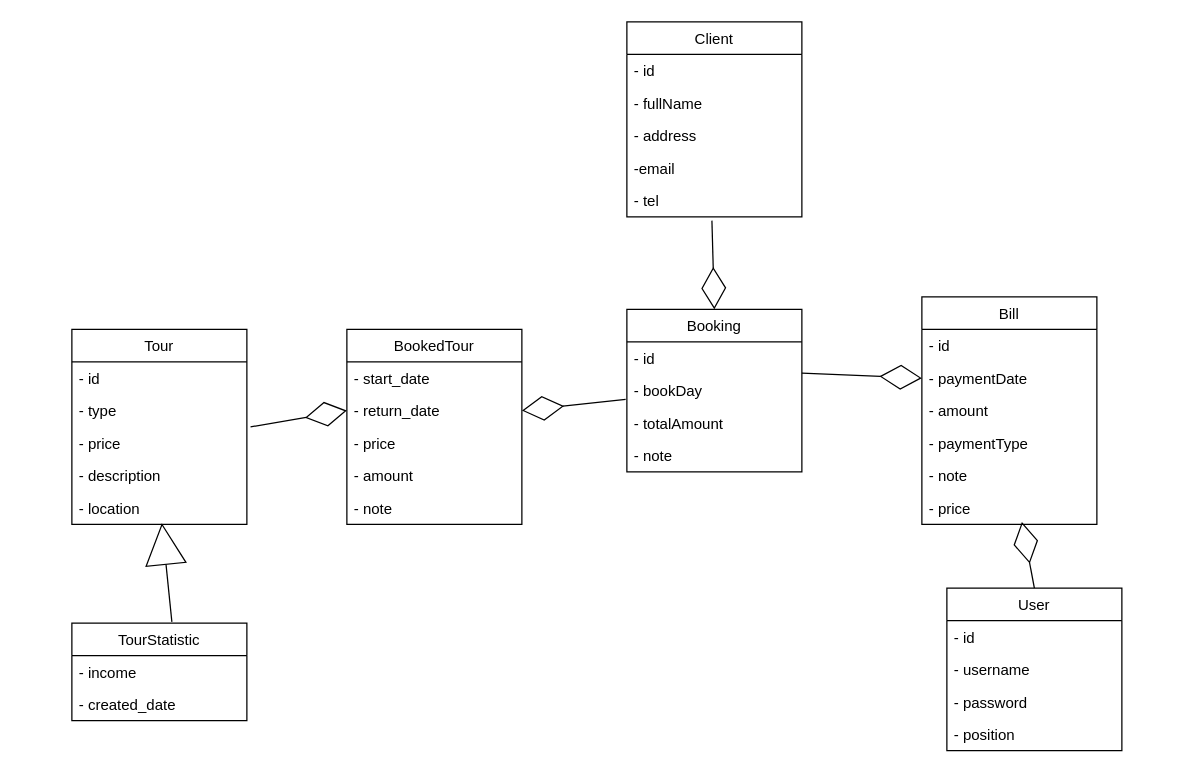
Earlier version of the draw.io diagram classDiagram.drawio (thanhlongtld/classical_software_engineering). Source tidied: cells renumbered, new cells numbered last; positions are measured from the earlier drawing's top-left corner, leaving out a move shared by most shapes. Both pictures are drawn from the tidied source at 125%, with x=0, y=0 at pixel (71, 21).
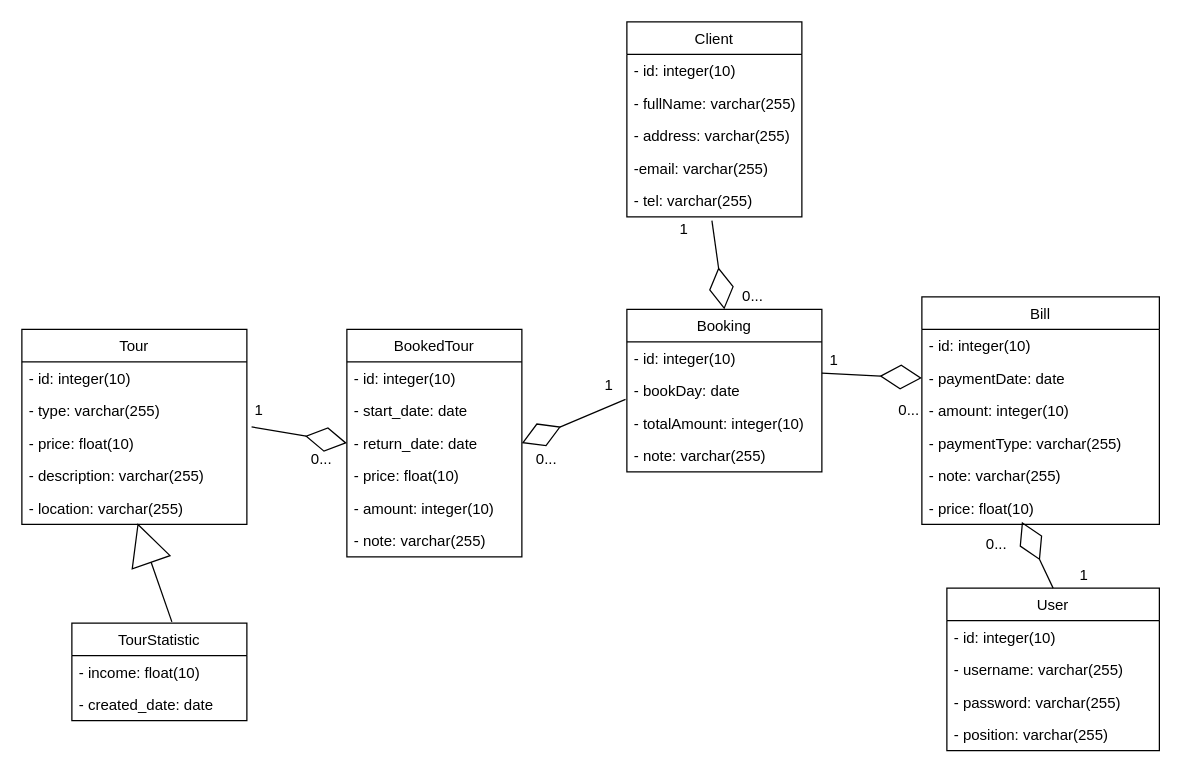
The same page after the edit.

The change refers to these unchanged cells:
```xml
<mxCell id="2" value="Client" style="swimlane;fontStyle=0;horizontal=1;startSize=26;fillColor=none;" parent="1" vertex="1">
  <mxGeometry x="444" width="140" height="156" as="geometry" />
</mxCell>
<mxCell id="26" value="TourStatistic" style="swimlane;fontStyle=0;horizontal=1;startSize=26;fillColor=none;" parent="1" vertex="1">
  <mxGeometry y="481" width="140" height="78" as="geometry" />
</mxCell>
```

The edit, as a diff of the source:
```diff
@@
-    <mxCell id="3" value="- id" style="text;strokeColor=none;fillColor=none;align=left;verticalAlign=top;spacingLeft=4;spacingRight=4;overflow=hidden;" parent="2" vertex="1">
+    <mxCell id="3" value="- id: integer(10)" style="text;strokeColor=none;fillColor=none;align=left;verticalAlign=top;spacingLeft=4;spacingRight=4;overflow=hidden;" parent="2" vertex="1">
       <mxGeometry y="26" width="140" height="26" as="geometry" />
     </mxCell>
-    <mxCell id="4" value="- fullName" style="text;strokeColor=none;fillColor=none;align=left;verticalAlign=top;spacingLeft=4;spacingRight=4;overflow=hidden;" parent="2" vertex="1">
+    <mxCell id="4" value="- fullName: varchar(255)" style="text;strokeColor=none;fillColor=none;align=left;verticalAlign=top;spacingLeft=4;spacingRight=4;overflow=hidden;" parent="2" vertex="1">
       <mxGeometry y="52" width="140" height="26" as="geometry" />
     </mxCell>
-    <mxCell id="5" value="- address" style="text;strokeColor=none;fillColor=none;align=left;verticalAlign=top;spacingLeft=4;spacingRight=4;overflow=hidden;" parent="2" vertex="1">
+    <mxCell id="5" value="- address: varchar(255)" style="text;strokeColor=none;fillColor=none;align=left;verticalAlign=top;spacingLeft=4;spacingRight=4;overflow=hidden;" parent="2" vertex="1">
       <mxGeometry y="78" width="140" height="26" as="geometry" />
     </mxCell>
-    <mxCell id="6" value="-email" style="text;strokeColor=none;fillColor=none;align=left;verticalAlign=top;spacingLeft=4;spacingRight=4;overflow=hidden;" parent="2" vertex="1">
+    <mxCell id="6" value="-email: varchar(255)" style="text;strokeColor=none;fillColor=none;align=left;verticalAlign=top;spacingLeft=4;spacingRight=4;overflow=hidden;" parent="2" vertex="1">
       <mxGeometry y="104" width="140" height="26" as="geometry" />
     </mxCell>
-    <mxCell id="7" value="- tel" style="text;strokeColor=none;fillColor=none;align=left;verticalAlign=top;spacingLeft=4;spacingRight=4;overflow=hidden;points=[[0,0.5],[1,0.5]];portConstraint=eastwest;" parent="2" vertex="1">
+    <mxCell id="7" value="- tel: varchar(255)" style="text;strokeColor=none;fillColor=none;align=left;verticalAlign=top;spacingLeft=4;spacingRight=4;overflow=hidden;points=[[0,0.5],[1,0.5]];portConstraint=eastwest;" parent="2" vertex="1">
       <mxGeometry y="130" width="140" height="26" as="geometry" />
     </mxCell>
     <mxCell id="8" value="Booking" style="swimlane;fontStyle=0;horizontal=1;startSize=26;fillColor=none;" parent="1" vertex="1">
-      <mxGeometry x="444" y="230" width="140" height="130" as="geometry" />
+      <mxGeometry x="444" y="230" width="156" height="130" as="geometry" />
     </mxCell>
-    <mxCell id="9" value="- id" style="text;strokeColor=none;fillColor=none;align=left;verticalAlign=top;spacingLeft=4;spacingRight=4;overflow=hidden;" parent="8" vertex="1">
-      <mxGeometry y="26" width="140" height="26" as="geometry" />
+    <mxCell id="9" value="- id: integer(10)" style="text;strokeColor=none;fillColor=none;align=left;verticalAlign=top;spacingLeft=4;spacingRight=4;overflow=hidden;" parent="8" vertex="1">
+      <mxGeometry y="26" width="156" height="26" as="geometry" />
     </mxCell>
-    <mxCell id="10" value="- bookDay" style="text;strokeColor=none;fillColor=none;align=left;verticalAlign=top;spacingLeft=4;spacingRight=4;overflow=hidden;points=[[0,0.5],[1,0.5]];portConstraint=eastwest;" parent="8" vertex="1">
-      <mxGeometry y="52" width="140" height="26" as="geometry" />
+    <mxCell id="10" value="- bookDay: date" style="text;strokeColor=none;fillColor=none;align=left;verticalAlign=top;spacingLeft=4;spacingRight=4;overflow=hidden;points=[[0,0.5],[1,0.5]];portConstraint=eastwest;" parent="8" vertex="1">
+      <mxGeometry y="52" width="156" height="26" as="geometry" />
     </mxCell>
-    <mxCell id="11" value="- totalAmount" style="text;strokeColor=none;fillColor=none;align=left;verticalAlign=top;spacingLeft=4;spacingRight=4;overflow=hidden;" parent="8" vertex="1">
-      <mxGeometry y="78" width="140" height="26" as="geometry" />
+    <mxCell id="11" value="- totalAmount: integer(10)" style="text;strokeColor=none;fillColor=none;align=left;verticalAlign=top;spacingLeft=4;spacingRight=4;overflow=hidden;" parent="8" vertex="1">
+      <mxGeometry y="78" width="156" height="26" as="geometry" />
     </mxCell>
-    <mxCell id="12" value="- note" style="text;strokeColor=none;fillColor=none;align=left;verticalAlign=top;spacingLeft=4;spacingRight=4;overflow=hidden;" parent="8" vertex="1">
-      <mxGeometry y="104" width="140" height="26" as="geometry" />
+    <mxCell id="12" value="- note: varchar(255)" style="text;strokeColor=none;fillColor=none;align=left;verticalAlign=top;spacingLeft=4;spacingRight=4;overflow=hidden;" parent="8" vertex="1">
+      <mxGeometry y="104" width="156" height="26" as="geometry" />
     </mxCell>
     <mxCell id="13" value="Tour" style="swimlane;fontStyle=0;horizontal=1;startSize=26;fillColor=none;" parent="1" vertex="1">
-      <mxGeometry y="246" width="140" height="156" as="geometry" />
+      <mxGeometry x="-40" y="246" width="180" height="156" as="geometry" />
     </mxCell>
-    <mxCell id="14" value="- id" style="text;strokeColor=none;fillColor=none;align=left;verticalAlign=top;spacingLeft=4;spacingRight=4;overflow=hidden;" parent="13" vertex="1">
-      <mxGeometry y="26" width="140" height="26" as="geometry" />
+    <mxCell id="14" value="- id: integer(10)" style="text;strokeColor=none;fillColor=none;align=left;verticalAlign=top;spacingLeft=4;spacingRight=4;overflow=hidden;" parent="13" vertex="1">
+      <mxGeometry y="26" width="180" height="26" as="geometry" />
     </mxCell>
-    <mxCell id="15" value="- type" style="text;strokeColor=none;fillColor=none;align=left;verticalAlign=top;spacingLeft=4;spacingRight=4;overflow=hidden;" parent="13" vertex="1">
-      <mxGeometry y="52" width="140" height="26" as="geometry" />
+    <mxCell id="15" value="- type: varchar(255)" style="text;strokeColor=none;fillColor=none;align=left;verticalAlign=top;spacingLeft=4;spacingRight=4;overflow=hidden;" parent="13" vertex="1">
+      <mxGeometry y="52" width="180" height="26" as="geometry" />
     </mxCell>
-    <mxCell id="16" value="- price" style="text;strokeColor=none;fillColor=none;align=left;verticalAlign=top;spacingLeft=4;spacingRight=4;overflow=hidden;points=[[0,0.5],[1,0.5]];portConstraint=eastwest;" parent="13" vertex="1">
-      <mxGeometry y="78" width="140" height="26" as="geometry" />
+    <mxCell id="16" value="- price: float(10)" style="text;strokeColor=none;fillColor=none;align=left;verticalAlign=top;spacingLeft=4;spacingRight=4;overflow=hidden;points=[[0,0.5],[1,0.5]];portConstraint=eastwest;" parent="13" vertex="1">
+      <mxGeometry y="78" width="180" height="26" as="geometry" />
     </mxCell>
-    <mxCell id="17" value="- description" style="text;strokeColor=none;fillColor=none;align=left;verticalAlign=top;spacingLeft=4;spacingRight=4;overflow=hidden;" parent="13" vertex="1">
-      <mxGeometry y="104" width="140" height="26" as="geometry" />
+    <mxCell id="17" value="- description: varchar(255)" style="text;strokeColor=none;fillColor=none;align=left;verticalAlign=top;spacingLeft=4;spacingRight=4;overflow=hidden;" parent="13" vertex="1">
+      <mxGeometry y="104" width="180" height="26" as="geometry" />
     </mxCell>
-    <mxCell id="18" value="- location" style="text;strokeColor=none;fillColor=none;align=left;verticalAlign=top;spacingLeft=4;spacingRight=4;overflow=hidden;points=[[0,0.5],[1,0.5]];portConstraint=eastwest;" parent="13" vertex="1">
-      <mxGeometry y="130" width="140" height="26" as="geometry" />
+    <mxCell id="18" value="- location: varchar(255)" style="text;strokeColor=none;fillColor=none;align=left;verticalAlign=top;spacingLeft=4;spacingRight=4;overflow=hidden;points=[[0,0.5],[1,0.5]];portConstraint=eastwest;" parent="13" vertex="1">
+      <mxGeometry y="130" width="180" height="26" as="geometry" />
     </mxCell>
     <mxCell id="19" value="Bill" style="swimlane;fontStyle=0;horizontal=1;startSize=26;fillColor=none;" parent="1" vertex="1">
-      <mxGeometry x="680" y="220" width="140" height="182" as="geometry" />
+      <mxGeometry x="680" y="220" width="190" height="182" as="geometry" />
     </mxCell>
-    <mxCell id="20" value="- id" style="text;strokeColor=none;fillColor=none;align=left;verticalAlign=top;spacingLeft=4;spacingRight=4;overflow=hidden;" parent="19" vertex="1">
-      <mxGeometry y="26" width="140" height="26" as="geometry" />
+    <mxCell id="20" value="- id: integer(10)" style="text;strokeColor=none;fillColor=none;align=left;verticalAlign=top;spacingLeft=4;spacingRight=4;overflow=hidden;" parent="19" vertex="1">
+      <mxGeometry y="26" width="190" height="26" as="geometry" />
     </mxCell>
-    <mxCell id="21" value="- paymentDate" style="text;strokeColor=none;fillColor=none;align=left;verticalAlign=top;spacingLeft=4;spacingRight=4;overflow=hidden;points=[[0,0.5],[1,0.5]];portConstraint=eastwest;" parent="19" vertex="1">
-      <mxGeometry y="52" width="140" height="26" as="geometry" />
+    <mxCell id="21" value="- paymentDate: date" style="text;strokeColor=none;fillColor=none;align=left;verticalAlign=top;spacingLeft=4;spacingRight=4;overflow=hidden;points=[[0,0.5],[1,0.5]];portConstraint=eastwest;" parent="19" vertex="1">
+      <mxGeometry y="52" width="190" height="26" as="geometry" />
     </mxCell>
-    <mxCell id="22" value="- amount" style="text;strokeColor=none;fillColor=none;align=left;verticalAlign=top;spacingLeft=4;spacingRight=4;overflow=hidden;" parent="19" vertex="1">
-      <mxGeometry y="78" width="140" height="26" as="geometry" />
+    <mxCell id="22" value="- amount: integer(10)" style="text;strokeColor=none;fillColor=none;align=left;verticalAlign=top;spacingLeft=4;spacingRight=4;overflow=hidden;" parent="19" vertex="1">
+      <mxGeometry y="78" width="190" height="26" as="geometry" />
     </mxCell>
-    <mxCell id="23" value="- paymentType" style="text;strokeColor=none;fillColor=none;align=left;verticalAlign=top;spacingLeft=4;spacingRight=4;overflow=hidden;" parent="19" vertex="1">
-      <mxGeometry y="104" width="140" height="26" as="geometry" />
+    <mxCell id="23" value="- paymentType: varchar(255)" style="text;strokeColor=none;fillColor=none;align=left;verticalAlign=top;spacingLeft=4;spacingRight=4;overflow=hidden;" parent="19" vertex="1">
+      <mxGeometry y="104" width="190" height="26" as="geometry" />
     </mxCell>
-    <mxCell id="24" value="- note" style="text;strokeColor=none;fillColor=none;align=left;verticalAlign=top;spacingLeft=4;spacingRight=4;overflow=hidden;" parent="19" vertex="1">
-      <mxGeometry y="130" width="140" height="26" as="geometry" />
+    <mxCell id="24" value="- note: varchar(255)" style="text;strokeColor=none;fillColor=none;align=left;verticalAlign=top;spacingLeft=4;spacingRight=4;overflow=hidden;" parent="19" vertex="1">
+      <mxGeometry y="130" width="190" height="26" as="geometry" />
     </mxCell>
-    <mxCell id="25" value="- price" style="text;strokeColor=none;fillColor=none;align=left;verticalAlign=top;spacingLeft=4;spacingRight=4;overflow=hidden;" parent="19" vertex="1">
-      <mxGeometry y="156" width="140" height="26" as="geometry" />
+    <mxCell id="25" value="- price: float(10)" style="text;strokeColor=none;fillColor=none;align=left;verticalAlign=top;spacingLeft=4;spacingRight=4;overflow=hidden;" parent="19" vertex="1">
+      <mxGeometry y="156" width="190" height="26" as="geometry" />
     </mxCell>
@@
-    <mxCell id="27" value="- income" style="text;strokeColor=none;fillColor=none;align=left;verticalAlign=top;spacingLeft=4;spacingRight=4;overflow=hidden;" parent="26" vertex="1">
+    <mxCell id="27" value="- income: float(10)" style="text;strokeColor=none;fillColor=none;align=left;verticalAlign=top;spacingLeft=4;spacingRight=4;overflow=hidden;" parent="26" vertex="1">
       <mxGeometry y="26" width="140" height="26" as="geometry" />
     </mxCell>
-    <mxCell id="28" value="- created_date" style="text;strokeColor=none;fillColor=none;align=left;verticalAlign=top;spacingLeft=4;spacingRight=4;overflow=hidden;" parent="26" vertex="1">
+    <mxCell id="28" value="- created_date: date" style="text;strokeColor=none;fillColor=none;align=left;verticalAlign=top;spacingLeft=4;spacingRight=4;overflow=hidden;" parent="26" vertex="1">
       <mxGeometry y="52" width="140" height="26" as="geometry" />
     </mxCell>
     <mxCell id="29" value="BookedTour" style="swimlane;fontStyle=0;horizontal=1;startSize=26;fillColor=none;" parent="1" vertex="1">
-      <mxGeometry x="220" y="246" width="140" height="156" as="geometry" />
+      <mxGeometry x="220" y="246" width="140" height="182" as="geometry" />
     </mxCell>
-    <mxCell id="30" value="- start_date" style="text;strokeColor=none;fillColor=none;align=left;verticalAlign=top;spacingLeft=4;spacingRight=4;overflow=hidden;" parent="29" vertex="1">
+    <mxCell id="30" value="- id: integer(10)" style="text;strokeColor=none;fillColor=none;align=left;verticalAlign=top;spacingLeft=4;spacingRight=4;overflow=hidden;" parent="29" vertex="1">
       <mxGeometry y="26" width="140" height="26" as="geometry" />
     </mxCell>
+    <mxCell id="46" value="- start_date: date" style="text;strokeColor=none;fillColor=none;align=left;verticalAlign=top;spacingLeft=4;spacingRight=4;overflow=hidden;" parent="29" vertex="1">
+      <mxGeometry y="52" width="140" height="26" as="geometry" />
+    </mxCell>
-    <mxCell id="31" value="- return_date" style="text;strokeColor=none;fillColor=none;align=left;verticalAlign=top;spacingLeft=4;spacingRight=4;overflow=hidden;points=[[0,0.5],[1,0.5]];portConstraint=eastwest;" parent="29" vertex="1">
-      <mxGeometry y="52" width="140" height="26" as="geometry" />
+    <mxCell id="31" value="- return_date: date" style="text;strokeColor=none;fillColor=none;align=left;verticalAlign=top;spacingLeft=4;spacingRight=4;overflow=hidden;points=[[0,0.5],[1,0.5]];portConstraint=eastwest;" parent="29" vertex="1">
+      <mxGeometry y="78" width="140" height="26" as="geometry" />
     </mxCell>
-    <mxCell id="32" value="- price" style="text;strokeColor=none;fillColor=none;align=left;verticalAlign=top;spacingLeft=4;spacingRight=4;overflow=hidden;" parent="29" vertex="1">
-      <mxGeometry y="78" width="140" height="26" as="geometry" />
+    <mxCell id="32" value="- price: float(10)" style="text;strokeColor=none;fillColor=none;align=left;verticalAlign=top;spacingLeft=4;spacingRight=4;overflow=hidden;" parent="29" vertex="1">
+      <mxGeometry y="104" width="140" height="26" as="geometry" />
     </mxCell>
-    <mxCell id="33" value="- amount" style="text;strokeColor=none;fillColor=none;align=left;verticalAlign=top;spacingLeft=4;spacingRight=4;overflow=hidden;" parent="29" vertex="1">
-      <mxGeometry y="104" width="140" height="26" as="geometry" />
+    <mxCell id="33" value="- amount: integer(10)" style="text;strokeColor=none;fillColor=none;align=left;verticalAlign=top;spacingLeft=4;spacingRight=4;overflow=hidden;" parent="29" vertex="1">
+      <mxGeometry y="130" width="140" height="26" as="geometry" />
     </mxCell>
-    <mxCell id="34" value="- note" style="text;strokeColor=none;fillColor=none;align=left;verticalAlign=top;spacingLeft=4;spacingRight=4;overflow=hidden;" parent="29" vertex="1">
-      <mxGeometry y="130" width="140" height="26" as="geometry" />
+    <mxCell id="34" value="- note: varchar(255)" style="text;strokeColor=none;fillColor=none;align=left;verticalAlign=top;spacingLeft=4;spacingRight=4;overflow=hidden;" parent="29" vertex="1">
+      <mxGeometry y="156" width="140" height="26" as="geometry" />
     </mxCell>
     <mxCell id="35" value="User" style="swimlane;fontStyle=0;horizontal=1;startSize=26;fillColor=none;" parent="1" vertex="1">
-      <mxGeometry x="700" y="453" width="140" height="130" as="geometry" />
+      <mxGeometry x="700" y="453" width="170" height="130" as="geometry" />
     </mxCell>
-    <mxCell id="36" value="- id" style="text;strokeColor=none;fillColor=none;align=left;verticalAlign=top;spacingLeft=4;spacingRight=4;overflow=hidden;" parent="35" vertex="1">
-      <mxGeometry y="26" width="140" height="26" as="geometry" />
+    <mxCell id="36" value="- id: integer(10)" style="text;strokeColor=none;fillColor=none;align=left;verticalAlign=top;spacingLeft=4;spacingRight=4;overflow=hidden;" parent="35" vertex="1">
+      <mxGeometry y="26" width="170" height="26" as="geometry" />
     </mxCell>
-    <mxCell id="37" value="- username" style="text;strokeColor=none;fillColor=none;align=left;verticalAlign=top;spacingLeft=4;spacingRight=4;overflow=hidden;" parent="35" vertex="1">
-      <mxGeometry y="52" width="140" height="26" as="geometry" />
+    <mxCell id="37" value="- username: varchar(255)" style="text;strokeColor=none;fillColor=none;align=left;verticalAlign=top;spacingLeft=4;spacingRight=4;overflow=hidden;" parent="35" vertex="1">
+      <mxGeometry y="52" width="170" height="26" as="geometry" />
     </mxCell>
-    <mxCell id="38" value="- password" style="text;strokeColor=none;fillColor=none;align=left;verticalAlign=top;spacingLeft=4;spacingRight=4;overflow=hidden;" parent="35" vertex="1">
-      <mxGeometry y="78" width="140" height="26" as="geometry" />
+    <mxCell id="38" value="- password: varchar(255)" style="text;strokeColor=none;fillColor=none;align=left;verticalAlign=top;spacingLeft=4;spacingRight=4;overflow=hidden;" parent="35" vertex="1">
+      <mxGeometry y="78" width="170" height="26" as="geometry" />
     </mxCell>
-    <mxCell id="39" value="- position" style="text;strokeColor=none;fillColor=none;align=left;verticalAlign=top;spacingLeft=4;spacingRight=4;overflow=hidden;" parent="35" vertex="1">
-      <mxGeometry y="104" width="140" height="26" as="geometry" />
+    <mxCell id="39" value="- position: varchar(255)" style="text;strokeColor=none;fillColor=none;align=left;verticalAlign=top;spacingLeft=4;spacingRight=4;overflow=hidden;" parent="35" vertex="1">
+      <mxGeometry y="104" width="170" height="26" as="geometry" />
     </mxCell>
@@
+    <mxCell id="47" value="1" style="text;html=1;strokeColor=none;fillColor=none;align=center;verticalAlign=middle;whiteSpace=wrap;rounded=0;" parent="1" vertex="1">
+      <mxGeometry x="130" y="301" width="40" height="20" as="geometry" />
+    </mxCell>
+    <mxCell id="48" value="0..." style="text;html=1;strokeColor=none;fillColor=none;align=center;verticalAlign=middle;whiteSpace=wrap;rounded=0;" parent="1" vertex="1">
+      <mxGeometry x="180" y="340" width="40" height="20" as="geometry" />
+    </mxCell>
+    <mxCell id="49" value="1" style="text;html=1;strokeColor=none;fillColor=none;align=center;verticalAlign=middle;whiteSpace=wrap;rounded=0;" parent="1" vertex="1">
+      <mxGeometry x="410" y="281" width="40" height="20" as="geometry" />
+    </mxCell>
+    <mxCell id="50" value="0..." style="text;html=1;strokeColor=none;fillColor=none;align=center;verticalAlign=middle;whiteSpace=wrap;rounded=0;" parent="1" vertex="1">
+      <mxGeometry x="360" y="340" width="40" height="20" as="geometry" />
+    </mxCell>
+    <mxCell id="51" value="1" style="text;html=1;strokeColor=none;fillColor=none;align=center;verticalAlign=middle;whiteSpace=wrap;rounded=0;" parent="1" vertex="1">
+      <mxGeometry x="590" y="261" width="40" height="20" as="geometry" />
+    </mxCell>
+    <mxCell id="52" value="0..." style="text;html=1;strokeColor=none;fillColor=none;align=center;verticalAlign=middle;whiteSpace=wrap;rounded=0;" parent="1" vertex="1">
+      <mxGeometry x="650" y="301" width="40" height="20" as="geometry" />
+    </mxCell>
+    <mxCell id="53" value="1" style="text;html=1;strokeColor=none;fillColor=none;align=center;verticalAlign=middle;whiteSpace=wrap;rounded=0;" parent="1" vertex="1">
+      <mxGeometry x="790" y="433" width="40" height="20" as="geometry" />
+    </mxCell>
+    <mxCell id="54" value="0..." style="text;html=1;strokeColor=none;fillColor=none;align=center;verticalAlign=middle;whiteSpace=wrap;rounded=0;" parent="1" vertex="1">
+      <mxGeometry x="720" y="408" width="40" height="20" as="geometry" />
+    </mxCell>
+    <mxCell id="55" value="1" style="text;html=1;strokeColor=none;fillColor=none;align=center;verticalAlign=middle;whiteSpace=wrap;rounded=0;" parent="1" vertex="1">
+      <mxGeometry x="470" y="156" width="40" height="20" as="geometry" />
+    </mxCell>
+    <mxCell id="56" value="0..." style="text;html=1;strokeColor=none;fillColor=none;align=center;verticalAlign=middle;whiteSpace=wrap;rounded=0;" parent="1" vertex="1">
+      <mxGeometry x="525" y="210" width="40" height="20" as="geometry" />
+    </mxCell>
```
